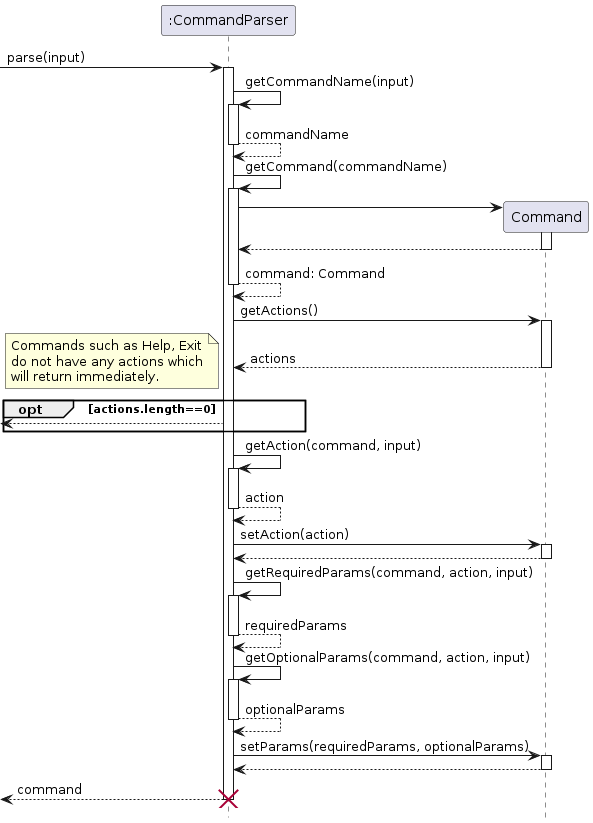
stephenkyang/tp keeps this PlantUML diagram as docs/images/CommandParserSequence.png. Above is the earlier version.
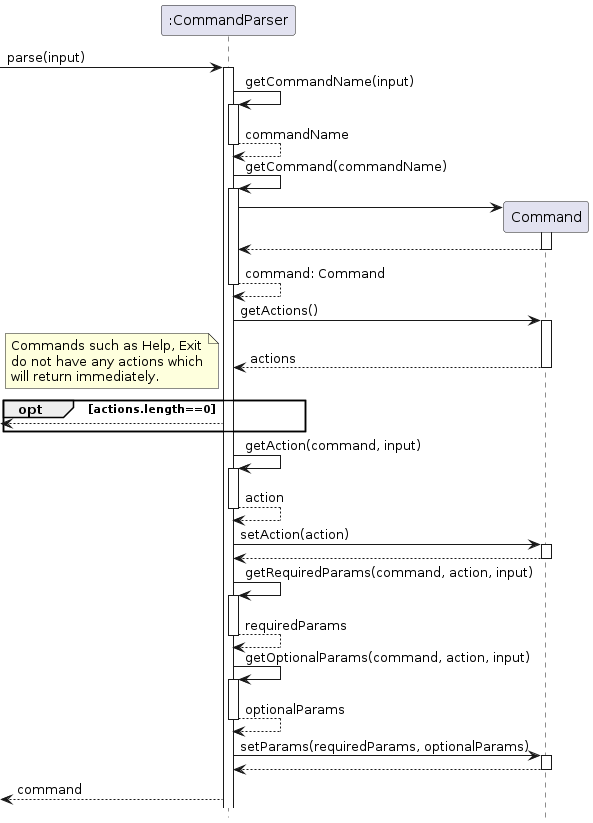
After the change.

Commit message:
Update user guide and command sequence

Diff of the diagram source:
```diff
@@ -56,6 +56,6 @@
 activate "Command"
 return
 
-<-- ":CommandParser" !! : command
+<-- ":CommandParser" : command
 
 @enduml
```
